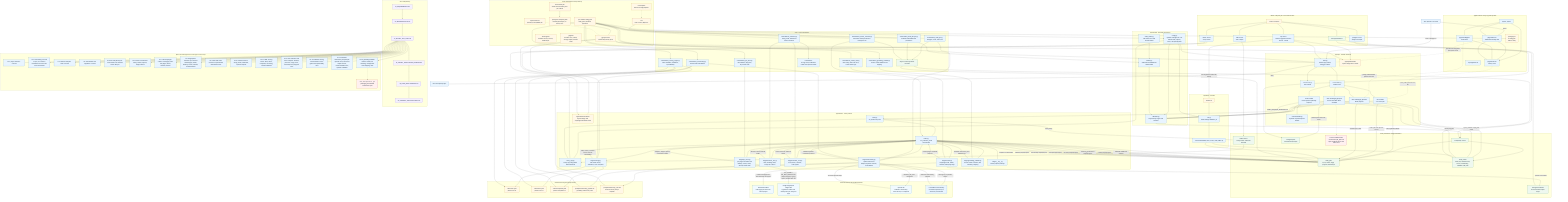
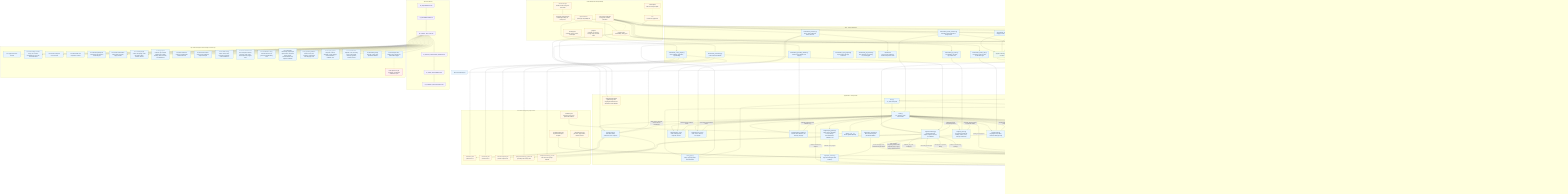
%% BLC Website Audit Automation - current implemented architecture
%% Generated from local repo audit on 2026-05-29.
%% Solid arrows are implemented runtime paths.
%% Dotted arrows are scaffolds, placeholders, or future-epic integration points.

flowchart TB
  classDef implemented fill:#e8f4ff,stroke:#1b64a0,color:#102033
  classDef data fill:#eef8ef,stroke:#2e7d32,color:#102033
  classDef config fill:#fff7e6,stroke:#b26a00,color:#102033
  classDef placeholder fill:#fff0f0,stroke:#b42318,color:#102033
  classDef docs fill:#f4f0ff,stroke:#6941c6,color:#102033
  classDef external fill:#f0f9ff,stroke:#0369a1,color:#102033

  Operator["BLC operator / API client"]:::implemented

  subgraph Frontend["apps/frontend - Next.js TypeScript shell"]
    FrontendApp["pages/_app.tsx"]:::implemented
    HomePage["pages/index.tsx<br/>Submission landing shell"]:::implemented
    AuditsPage["pages/audits.tsx<br/>History shell"]:::implemented
    AuditDetailPage["pages/audit/[id].tsx<br/>Detail shell"]:::implemented
    FrontendStyles["styles/globals.css"]:::implemented
    FrontendTooling["package.json<br/>tsconfig.json<br/>ESLint config"]:::config
  end

  subgraph Api["apps/api - FastAPI backend"]
    FastApiApp["main.py<br/>FastAPI app, CORS, Swagger redirect"]:::implemented
    HealthRouter["routes/health.py<br/>GET /health"]:::implemented
    AuditsRouter["routes/audits.py<br/>/audits router"]:::implemented
    AuditSchemas["schemas/audits.py<br/>Pydantic request/response models"]:::implemented
    CreateAudit["POST /audits<br/>Create job and optionally enqueue"]:::implemented
    ListAudits["GET /audits<br/>List recent jobs"]:::implemented
    StatusAudit["GET /audits/{job_id}/status<br/>Read progress"]:::implemented
    ReportAudit["GET /audits/{job_id}/report<br/>Stream local PDF when available"]:::implemented
    ApiDockerfile["apps/api/Dockerfile<br/>Python image with uv install"]:::config
  end

  subgraph Shared["apps/shared - backend shared layer"]
-     Settings["config.py<br/>Pydantic settings from .env<br/>includes PSI, OpenAI, rubric, and prompt paths"]:::implemented
+     Settings["config.py<br/>Pydantic settings from .env<br/>includes PSI, OpenAI, rubric, prompt, brand, and report paths"]:::implemented
    Database["database.py<br/>SQLAlchemy engine and sessions"]:::implemented
    Models["models.py<br/>AuditJob and AuditResult ORM models"]:::implemented
    States["audit_states.py<br/>Job status enum and terminal states"]:::implemented
  end

  subgraph Worker["apps/worker - Celery worker"]
    CeleryApp["celery_app.py<br/>Celery app using Redis broker/backend"]:::implemented
    RunAudit["tasks.py<br/>run_audit Celery task"]:::implemented
    CollectionPipeline["tasks.py<br/>run_collection_audit orchestration"]:::implemented
    CrawlerStage["stages/crawler.py<br/>Playwright crawl, robots, timeouts, failed-page logs"]:::implemented
    PsiStage["stages/psi_client.py<br/>per-page PSI mobile and desktop, retries, cache, API-key header auth"]:::implemented
    SeoStage["stages/extractor_seo.py<br/>meta, headings, links, image alt, schema"]:::implemented
    UxStage["stages/extractor_uxui.py<br/>CTAs, forms, contacts, trust signals"]:::implemented
    ScoringStage["stages/scoring.py<br/>safe YAML rubrics, evaluators, score composer"]:::implemented
    CommentaryStage["stages/commentary.py<br/>OpenAI Structured Outputs, Pydantic schema, local fallback"]:::implemented
    GroundingStage["stages/grounding_validator.py<br/>numeric claim extraction, fact matching, stripping"]:::implemented
+     ReportPayloadStage["stages/report_payload.py<br/>report schema, metadata, scores, findings, recommendations, validation, PSI"]:::implemented
+     BrandStage["stages/report_branding.py<br/>BLC brand config and placeholder fallback"]:::implemented
+     PdfRendererStage["stages/pdf_renderer.py<br/>Jinja2 and WeasyPrint PDF rendering"]:::implemented
    StagePackage["stages/__init__.py<br/>Worker pipeline package"]:::implemented
-     WorkerDockerfile["apps/worker/Dockerfile<br/>Python image with Playwright Chromium install"]:::config
+     WorkerDockerfile["apps/worker/Dockerfile<br/>Python image with Playwright Chromium and WeasyPrint native libraries"]:::config
  end

  subgraph External["External services and audited websites"]
    TargetWebsite["Submitted website<br/>homepage plus same-site internal pages"]:::external
    GooglePsiApi["Google PageSpeed Insights API<br/>Lighthouse mobile and desktop facts per analyzed page"]:::external
    OpenAIApi["OpenAI API<br/>ChatGPT commentary when API key is configured"]:::external
    LocalFallback["Local fallback commentary<br/>used when OpenAI key is absent or provider fails"]:::implemented
  end

  subgraph Storage["Local persistence and generated files"]
    Postgres["PostgreSQL service"]:::data
    Redis["Redis service<br/>Celery broker and result backend"]:::data
    AuditJobsTable["audit_jobs<br/>id, url, status, stage, progress, timestamps"]:::data
    AuditResultsTable["audit_results<br/>crawl, PSI, SEO/UX facts, scores, commentary, validation, pdf_path"]:::data
    ReportStorage["storage/reports<br/>local PDF output target"]:::data
    ScreenshotStorage["storage/screenshots<br/>local screenshot output target"]:::data
-     NoPdfYet["Current validated audit result leaves pdf_path null<br/>report endpoint returns 404 until P1-E4"]:::placeholder
+     GeneratedPdf["Generated PDF files<br/>storage/reports/{job_id}.pdf"]:::data
  end

  subgraph Migrations["migrations - Alembic"]
    AlembicConfig["alembic.ini"]:::config
    AlembicEnv["env.py<br/>loads Settings.database_url"]:::implemented
    InitialMigration["versions/20260528_0001_create_audit_tables.py"]:::implemented
  end

  subgraph Compose["docker-compose.yml - local runtime stack"]
    ComposeFile["Docker Compose"]:::config
    ApiService["api service<br/>alembic upgrade head then uvicorn --reload"]:::implemented
    WorkerService["worker service<br/>celery worker"]:::implemented
    PostgresService["postgres service<br/>postgres:16-alpine"]:::implemented
    RedisService["redis service<br/>redis:7-alpine"]:::implemented
    StorageBind["./storage bind mount"]:::data
  end

  subgraph Tooling["Local development and QA tooling"]
    EnvExample[".env.template<br/>safe local config template"]:::config
    EnvFile[".env<br/>local secrets, gitignored"]:::config
    PyProject["pyproject.toml<br/>runtime deps, Ruff, pytest"]:::config
    PoetryLock["poetry.lock and poetry.toml<br/>locked Python deps, no Poetry venv"]:::config
    Requirements["requirements.txt<br/>pinned pip compatibility list"]:::config
    CondaEnv["environment.yml<br/>Conda env with Poetry and pre-commit"]:::config
    PreCommit[".pre-commit-config.yaml<br/>Ruff, pytest, frontend typecheck"]:::config
    DockerIgnore[".dockerignore<br/>excludes caches, secrets, build output"]:::config
    GitIgnore[".gitignore<br/>excludes .env, caches, storage output, frontend build"]:::config
  end

  subgraph ConfigAssets["Versioned scoring and prompt assets"]
    SeoRubric["rubrics/seo.yaml<br/>phase1-seo-v1"]:::config
    UxRubric["rubrics/uxui.yaml<br/>phase1-uxui-v1"]:::config
    CompositeRubric["rubrics/composite.yaml<br/>phase1-composite-v1"]:::config
    CommentarySystemPrompt["prompts/commentary_system.md<br/>grounding and security rules"]:::config
    CommentaryUserPrompt["prompts/commentary_user.md<br/>facts and score prompt template"]:::config
+     BrandConfig["brand/blc.yaml<br/>logo path, colors, fonts, placeholder fallback"]:::config
+     ReportTemplate["templates/report.html<br/>Jinja2 branded report template"]:::config
+     ReportCss["templates/report.css<br/>print CSS, page breaks, headers, footers"]:::config
  end

  subgraph Tests["tests - current verification"]
    ApiTests["tests/unit/test_audit_api.py<br/>Swagger, create, status, list"]:::implemented
    LifecycleTests["tests/unit/test_audit_lifecycle.py<br/>AuditJob and AuditResult persistence"]:::implemented
    CrawlerTests["tests/unit/test_crawler_utils.py<br/>URL safety, same-site rules, HTTP failure logic"]:::implemented
    ExtractorTests["tests/unit/test_extractors.py<br/>strong, weak, malformed fixture extraction"]:::implemented
    PsiTests["tests/unit/test_psi_client.py<br/>normalization, skip path, key header auth"]:::implemented
    ScoringTests["tests/unit/test_scoring_engine.py<br/>rubric validation, calibration, reproducibility"]:::implemented
    CommentaryTests["tests/unit/test_commentary.py<br/>schema and local fallback"]:::implemented
    GroundingTests["tests/unit/test_grounding_validator.py<br/>numeric claim validation and stripping"]:::implemented
-     WorkerCollectionTests["tests/unit/test_worker_collection.py<br/>full worker artifact persistence through P1-E3"]:::implemented
+     WorkerCollectionTests["tests/unit/test_worker_collection.py<br/>full worker artifact persistence through P1-E4"]:::implemented
+     ReportPayloadTests["tests/unit/test_report_payload.py<br/>report schema and edge summaries"]:::implemented
+     PdfRendererTests["tests/unit/test_pdf_renderer.py<br/>short, medium, long, missing PSI, failed pages"]:::implemented
    FixturesDir["tests/fixtures<br/>strong, weak, malformed HTML and expected JSON"]:::implemented
    SQLiteTestDb["SQLite in-memory DB for unit tests"]:::data
  end

  subgraph Docs["docs and planning"]
    RequirementsDoc["01_REQUIREMENTS.md"]:::docs
    ImplementationDoc["02_IMPLEMENTATION.md"]:::docs
    JiraDoc["03_PHASE1_JIRA_PLAN.md"]:::docs
    HandoffDoc["04_PHASE1_CONFLUENCE_HANDOFF.md"]:::docs
    WalkthroughDoc["05_CODE_WALKTHROUGH.md"]:::docs
    ArchitectureDoc["06_CURRENT_ARCHITECTURE.mmd"]:::docs
  end

  Operator -->|"opens"| HomePage
  Operator -->|"HTTP / Swagger UI"| FastApiApp
  FrontendApp --> HomePage
  FrontendApp --> AuditsPage
  FrontendApp --> AuditDetailPage
  HomePage --> AuditsPage
  AuditsPage --> HomePage
  AuditDetailPage --> AuditsPage
  HomePage -.->|"operator API integration planned in P1-E5"| FastApiApp
  AuditsPage -.->|"history table planned in P1-E5"| ListAudits
  AuditDetailPage -.->|"polling and download planned in P1-E5"| StatusAudit

  FastApiApp --> HealthRouter
  FastApiApp --> AuditsRouter
  FastApiApp -->|"GET /"| SwaggerDocs["/docs and /openapi.json"]:::implemented
  AuditsRouter --> CreateAudit
  AuditsRouter --> ListAudits
  AuditsRouter --> StatusAudit
  AuditsRouter --> ReportAudit
  CreateAudit --> AuditSchemas
  CreateAudit --> Database
  ListAudits --> Database
  StatusAudit --> Database
  ReportAudit --> Database

  Settings --> FastApiApp
  Settings --> Database
  Settings --> CeleryApp
  Settings --> AlembicEnv
  States --> Models
  Models --> Database
  Database --> Postgres
  Postgres --> AuditJobsTable
  Postgres --> AuditResultsTable

  CreateAudit -->|"insert queued AuditJob"| AuditJobsTable
  CreateAudit -->|"AUDIT_ENQUEUE_ENABLED=true"| RunAudit
  RunAudit -->|"Celery delay"| Redis
  Redis --> CeleryApp
  CeleryApp --> RunAudit
  RunAudit --> CollectionPipeline
  CollectionPipeline -->|"crawling stage/progress"| AuditJobsTable
  CollectionPipeline --> CrawlerStage
  CrawlerStage -->|"render homepage and selected same-site pages"| TargetWebsite
  CrawlerStage -->|"optional screenshots"| ScreenshotStorage
  CollectionPipeline -->|"collecting_performance stage/progress"| AuditJobsTable
  CollectionPipeline --> PsiStage
  PsiStage -->|"PSI_SCOPE / PSI_MAX_PAGES select analyzed pages; x-goog-api-key header when set"| GooglePsiApi
  CollectionPipeline -->|"extracting stage/progress"| AuditJobsTable
  CollectionPipeline --> SeoStage
  CollectionPipeline --> UxStage
  SeoStage -->|"SEO facts from rendered HTML"| CollectionPipeline
  UxStage -->|"UX/UI facts from rendered HTML"| CollectionPipeline
  PsiStage -->|"complete, skipped, partial, or failed PSI artifact"| CollectionPipeline
  CrawlerStage -->|"crawled pages and failed-page log"| CollectionPipeline
  CollectionPipeline -->|"scoring stage/progress"| AuditJobsTable
  CollectionPipeline --> ScoringStage
  ScoringStage --> SeoRubric
  ScoringStage --> UxRubric
  ScoringStage --> CompositeRubric
  ScoringStage -->|"SEO, UX/UI, Lead Gen scores and rule breakdowns"| CollectionPipeline
  CollectionPipeline -->|"commenting stage/progress"| AuditJobsTable
  CollectionPipeline --> CommentaryStage
  CommentaryStage --> CommentarySystemPrompt
  CommentaryStage --> CommentaryUserPrompt
  CommentaryStage -->|"OPENAI_API_KEY configured"| OpenAIApi
  CommentaryStage -->|"missing key or provider failure"| LocalFallback
  OpenAIApi -->|"structured parsed output"| CommentaryStage
  LocalFallback -->|"valid local commentary payload"| CommentaryStage
  CommentaryStage -->|"validated Pydantic commentary artifact"| CollectionPipeline
  CollectionPipeline -->|"validating stage/progress"| AuditJobsTable
  CollectionPipeline --> GroundingStage
  GroundingStage -->|"sanitized commentary and validation log"| CollectionPipeline
  CollectionPipeline -->|"validated AuditResult artifacts"| AuditResultsTable
+   CollectionPipeline -->|"rendering stage/progress"| AuditJobsTable
+   CollectionPipeline --> ReportPayloadStage
+   ReportPayloadStage -->|"validated report payload"| PdfRendererStage
+   BrandStage --> PdfRendererStage
+   BrandConfig --> BrandStage
+   ReportTemplate --> PdfRendererStage
+   ReportCss --> PdfRendererStage
+   PdfRendererStage -->|"writes PDF"| ReportStorage
+   PdfRendererStage -->|"report metadata and pdf_path"| AuditResultsTable
  CollectionPipeline -->|"complete or failed status"| AuditJobsTable
  CollectionPipeline --> StagePackage

  ListAudits -->|"reads jobs and optional scores"| AuditJobsTable
  ListAudits --> AuditResultsTable
  StatusAudit -->|"reads lifecycle state"| AuditJobsTable
-   StatusAudit -->|"report_available if pdf_path exists"| AuditResultsTable
+   StatusAudit -->|"report_available if pdf_path file exists"| AuditResultsTable
  ReportAudit -->|"checks pdf_path"| AuditResultsTable
  ReportAudit -->|"FileResponse when file exists"| ReportStorage
-   ReportAudit -.-> NoPdfYet
+   ReportStorage --> GeneratedPdf

  ComposeFile --> ApiService
  ComposeFile --> WorkerService
  ComposeFile --> PostgresService
  ComposeFile --> RedisService
  ComposeFile --> StorageBind
  ApiService --> ApiDockerfile
  WorkerService --> WorkerDockerfile
  ApiService --> FastApiApp
  WorkerService --> CeleryApp
  PostgresService --> Postgres
  RedisService --> Redis
  StorageBind --> ReportStorage
  StorageBind --> ScreenshotStorage
  ApiService -->|"runs migrations before API startup"| AlembicConfig

  AlembicConfig --> AlembicEnv
  AlembicEnv --> InitialMigration
  InitialMigration --> AuditJobsTable
  InitialMigration --> AuditResultsTable

  EnvExample -.-> EnvFile
  EnvFile --> Settings
  PyProject --> ApiDockerfile
  PyProject --> WorkerDockerfile
  PyProject --> ScoringStage
  PyProject --> CommentaryStage
  CondaEnv --> PoetryLock
  PoetryLock --> PyProject
  Requirements -.-> PyProject
  PreCommit --> ApiTests
  PreCommit --> LifecycleTests
  PreCommit --> CrawlerTests
  PreCommit --> ExtractorTests
  PreCommit --> PsiTests
  PreCommit --> ScoringTests
  PreCommit --> CommentaryTests
  PreCommit --> GroundingTests
  PreCommit --> WorkerCollectionTests
  PreCommit --> FrontendTooling

  ApiTests --> FastApiApp
  ApiTests --> SQLiteTestDb
  LifecycleTests --> Models
  LifecycleTests --> SQLiteTestDb
  CrawlerTests --> CrawlerStage
  ExtractorTests --> SeoStage
  ExtractorTests --> UxStage
  ExtractorTests --> FixturesDir
  PsiTests --> PsiStage
  ScoringTests --> ScoringStage
  ScoringTests --> SeoRubric
  ScoringTests --> UxRubric
  ScoringTests --> CompositeRubric
  CommentaryTests --> CommentaryStage
  CommentaryTests --> CommentarySystemPrompt
  CommentaryTests --> CommentaryUserPrompt
  GroundingTests --> GroundingStage
  WorkerCollectionTests --> CollectionPipeline
  WorkerCollectionTests --> SQLiteTestDb
  SQLiteTestDb --> AuditJobsTable
  SQLiteTestDb --> AuditResultsTable

  RequirementsDoc --> ImplementationDoc
  ImplementationDoc --> JiraDoc
  JiraDoc --> HandoffDoc
  HandoffDoc --> WalkthroughDoc
  WalkthroughDoc --> ArchitectureDoc

-   subgraph EpicStatus["Epic P1-E1 through P1-E3 coverage in current repo"]
+   subgraph EpicStatus["Epic P1-E1 through P1-E4 coverage in current repo"]
    P11["P1-1 project structure: covered"]:::implemented
    P12["P1-2 local tooling: covered in repo; uv is used in Dockerfiles but not on this active shell PATH"]:::implemented
    P13["P1-3 Docker Compose stack: covered"]:::implemented
    P14["P1-4 DB models and migrations: covered"]:::implemented
    P15["P1-5 API and job lifecycle: covered with real collection worker lifecycle"]:::implemented
    P16["P1-6 worker orchestration: Celery, Redis, enqueue, stages, failures"]:::implemented
    P17["P1-7 safe Playwright crawler: homepage, same-site pages, robots, timeouts, failures"]:::implemented
    P18["P1-8 PageSpeed collection: per selected crawled page, mobile, desktop, retries, timeouts, normalized facts"]:::implemented
    P19["P1-9 SEO and UX/UI extractors: implemented deterministic facts"]:::implemented
    P110["P1-10 extractor fixtures: strong, weak, malformed, expected outputs"]:::implemented
    P111["P1-11 YAML scoring rubrics: SEO, UX/UI, composite, versioning, schema validation"]:::implemented
    P112["P1-12 rule evaluators and score composer: boolean, presence, range, exact, threshold, linear, skipped rules"]:::implemented
    P113["P1-13 calibration: strong and weak fixture score gates and reproducibility tests"]:::implemented
    P114["P1-14 ChatGPT commentary and prompts: OpenAI client, structured output schema, recommendation tiers, Pydantic validation"]:::implemented
    P115["P1-15 grounding validator: numeric claims, fact matching, unsupported-claim stripping, tests"]:::implemented
-     LaterEpics["PDF, final operator UI, QA packaging, and handoff remain later epics"]:::placeholder
+     P116["P1-16 report payload composer: schema, metadata, scores, findings, recommendations, validation, PSI"]:::implemented
+     P117["P1-17 branded PDF template: cover, summary, scores, SEO, UX/UI, roadmap, appendix, headers, footers"]:::implemented
+     P118["P1-18 branding config: logo path, colors, fonts, placeholder fallback"]:::implemented
+     P119["P1-19 PDF QA: short, medium, long, missing PSI, failed internal pages"]:::implemented
+     LaterEpics["Final operator UI, QA packaging, and handoff remain later epics"]:::placeholder
  end

  JiraDoc --> P11
  JiraDoc --> P12
  JiraDoc --> P13
  JiraDoc --> P14
  JiraDoc --> P15
  JiraDoc --> P16
  JiraDoc --> P17
  JiraDoc --> P18
  JiraDoc --> P19
  JiraDoc --> P110
  JiraDoc --> P111
  JiraDoc --> P112
  JiraDoc --> P113
  JiraDoc --> P114
  JiraDoc --> P115
-   P115 -.-> LaterEpics
+   JiraDoc --> P116
+   JiraDoc --> P117
+   JiraDoc --> P118
+   JiraDoc --> P119
+   P119 -.-> LaterEpics
